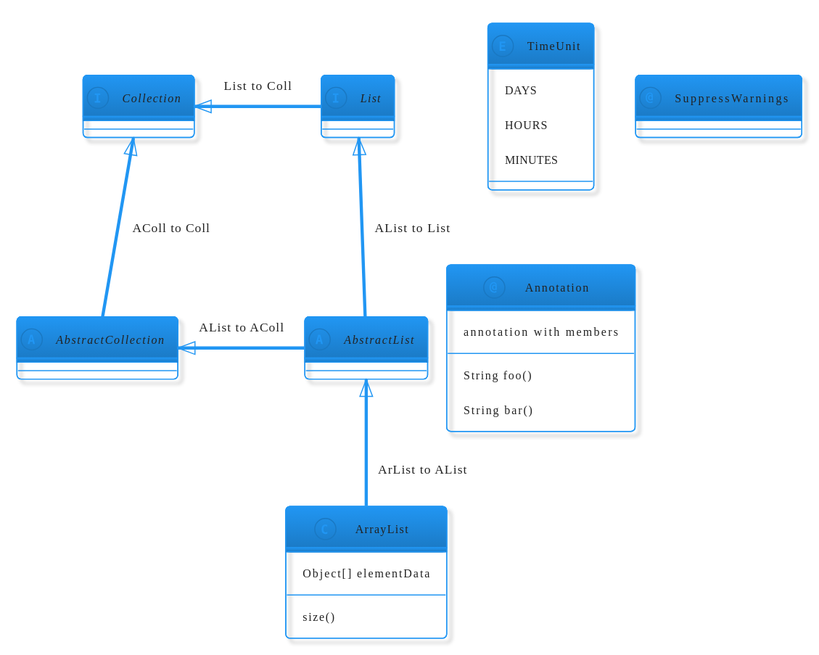
The PlantUML diagram gallery/img/Class-Abstract-Interface-materia-outline.svg in The-Lum/puml-themes-gallery, before a commit. Its source is kept beside it as gallery/Class-Abstract-Interface-materia-outline.puml.
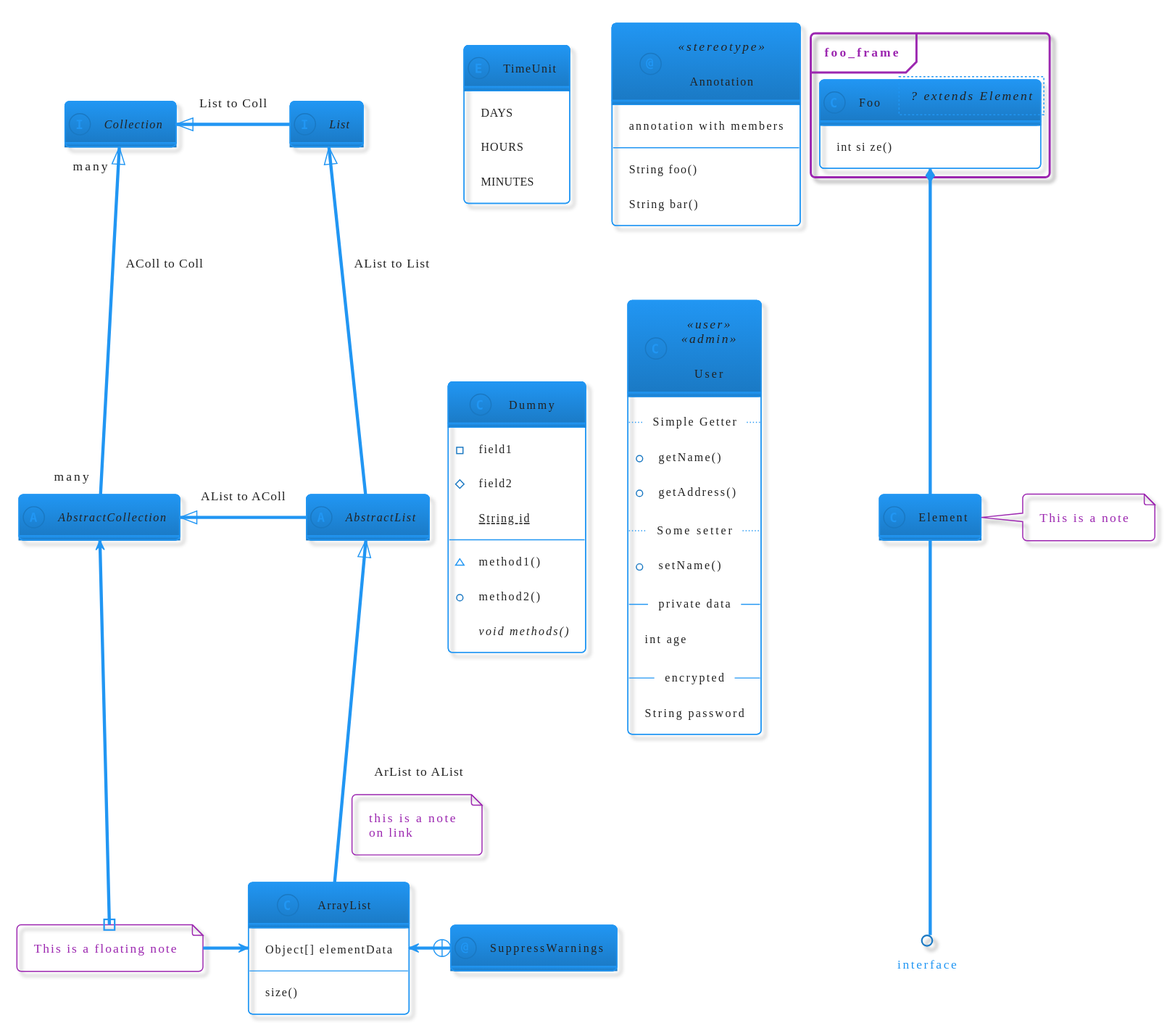
The same diagram one commit later.

What changed in the source:
```diff
@@ -1,16 +1,18 @@
 @startuml
 !theme materia-outline
+hide empty members
 abstract class AbstractList
 abstract AbstractCollection
 interface List
 interface Collection
 
-List <|-- AbstractList : AList to List
-Collection <|-- AbstractCollection : AColl to Coll
+List <|-- AbstractList : AList to List <
+Collection "many" <|-- "many" AbstractCollection : AColl to Coll
 
 Collection <|- List : List to Coll
 AbstractCollection <|- AbstractList : AList to AColl
 AbstractList <|-- ArrayList : ArList to AList
+note on link: this is a note\non link
 
 class ArrayList {
   Object[] elementData
@@ -24,10 +26,52 @@
 }
 
 annotation SuppressWarnings
-
-annotation Annotation {
+SuppressWarnings +-l-> ArrayList
+annotation Annotation  <<stereotype>> {
   annotation with members
   String foo()
   String bar()
 }
+
+class Dummy {
+ -field1
+ #field2
+ ~method1()
+ +method2()
+ {static} String id
+ {abstract} void methods()
+}
+
+note "This is a floating note" as N1
+
+N1 #-u-> AbstractCollection
+N1 -r-> ArrayList
+
+package foo_frame <<Frame>> {
+  class Foo<? extends Element> {
+    int si ze()
+  }
+}
+Foo *-- Element
+Element --() interface
+
+note right of Foo::size
+   This is a note
+end note
+
+note right of Element
+   This is a note
+end note
+
+class User <<user>> <<admin>> {
+  .. Simple Getter ..
+  + getName()
+  + getAddress()
+  .. Some setter ..
+  + setName()
+  __ private data __
+  int age
+  -- encrypted --
+  String password
+}
 @enduml
```
